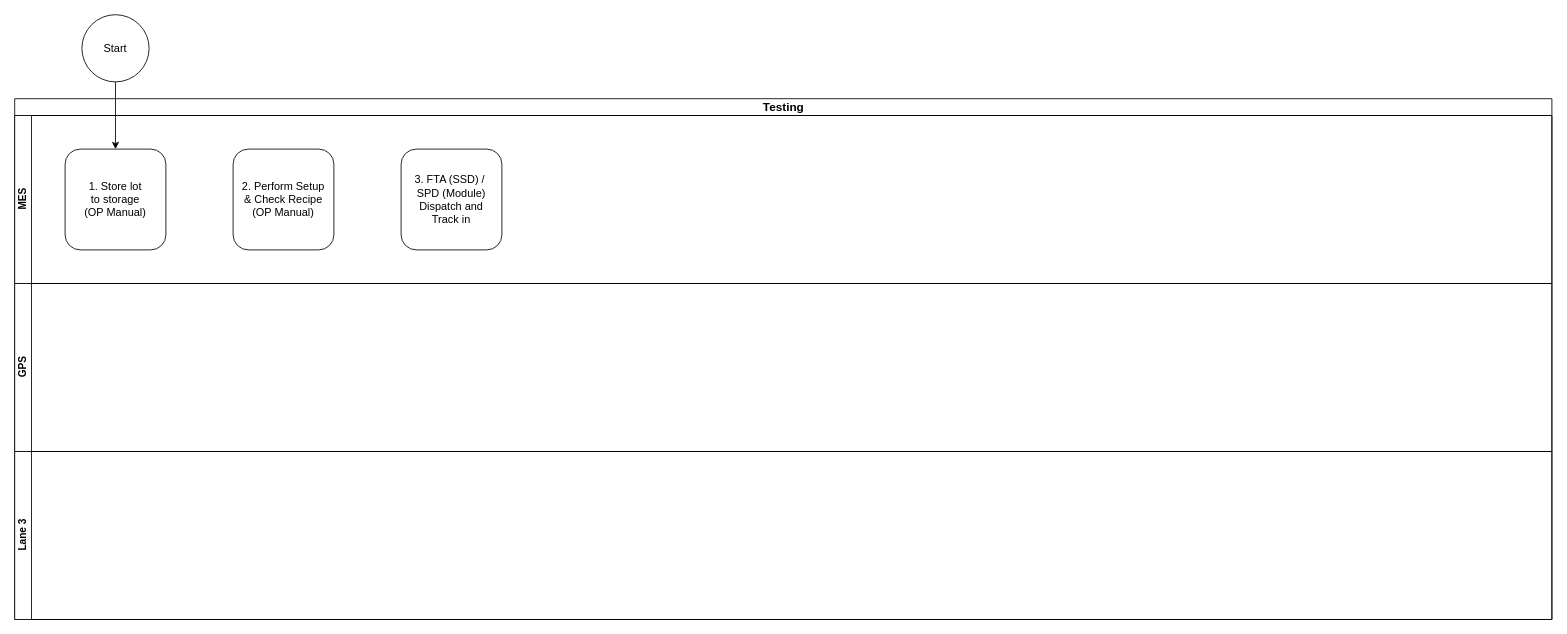
The draw.io diagram MES Flow/Testing.drawio in vinceliao99/MyDiagrams, before the edit. Source tidied: cells renumbered, new cells numbered last; positions are measured from the earlier drawing's top-left corner, leaving out a move shared by most shapes. Both pictures are drawn from the tidied source at 84%, with x=0, y=0 at pixel (14, 14).
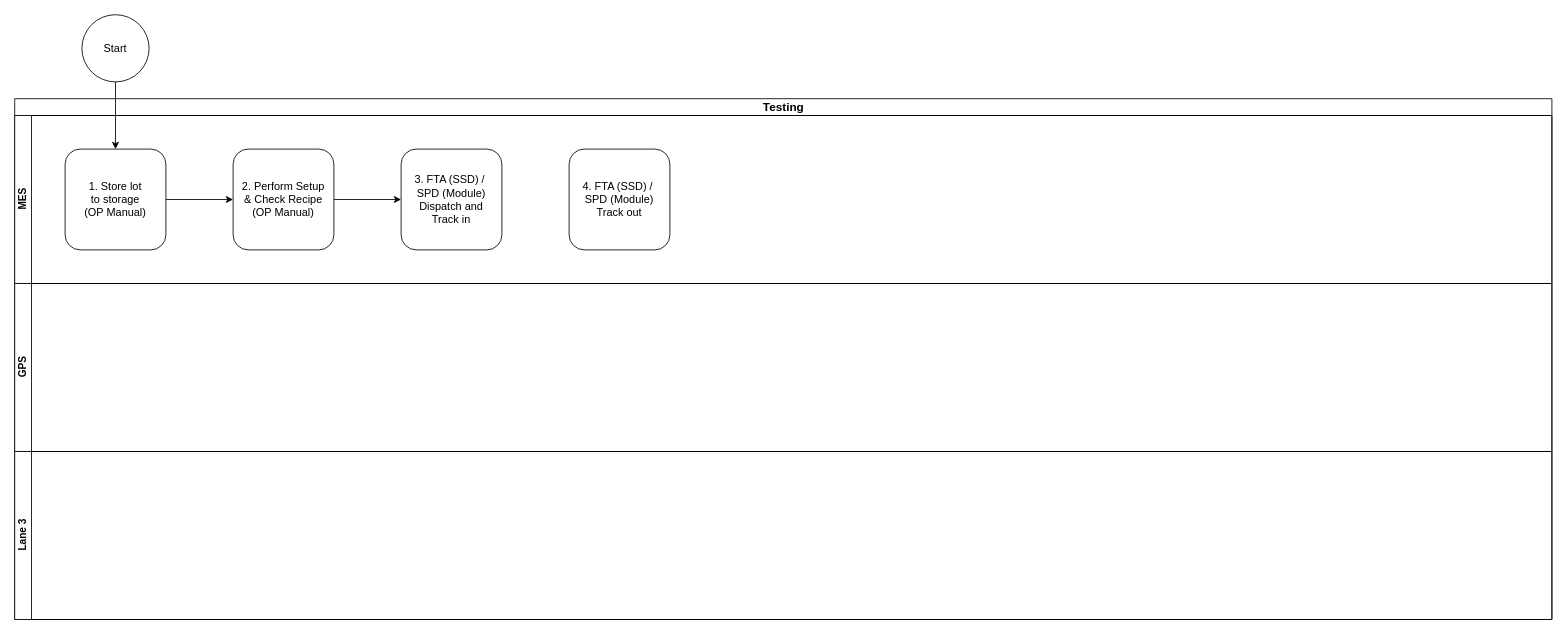
Above is the later version.

The edit, as a diff of the source:
```diff
@@
 <mxGraphModel>
   <root>
     <mxCell id="0" />
     <mxCell id="1" parent="0" />
     <mxCell id="2" value="&lt;font style=&quot;font-size: 14px;&quot;&gt;Testing&lt;/font&gt;" style="swimlane;horizontal=1;startSize=20;html=1;" parent="1" vertex="1">
       <mxGeometry y="100" width="1830" height="620" as="geometry" />
     </mxCell>
     <mxCell id="3" value="MES" style="swimlane;startSize=20;horizontal=0;html=1;" parent="2" vertex="1">
       <mxGeometry y="20" width="1830" height="200" as="geometry" />
     </mxCell>
+    <mxCell id="11" style="edgeStyle=orthogonalEdgeStyle;rounded=0;jettySize=auto;html=1;exitX=1;exitY=0.5;exitDx=0;exitDy=0;entryX=0;entryY=0.5;entryDx=0;entryDy=0;" parent="3" edge="1" source="4" target="5">
+      <mxGeometry relative="1" as="geometry" />
+    </mxCell>
     <mxCell id="4" value="&lt;font style=&quot;font-size: 13px;&quot;&gt;1. Store lot &lt;br&gt;to storage&lt;br&gt;(OP Manual)&lt;br&gt;&lt;/font&gt;" style="rounded=1;whiteSpace=wrap;html=1;" parent="3" vertex="1">
       <mxGeometry x="60" y="40" width="120" height="120" as="geometry" />
     </mxCell>
+    <mxCell id="12" style="edgeStyle=orthogonalEdgeStyle;rounded=0;jettySize=auto;html=1;exitX=1;exitY=0.5;exitDx=0;exitDy=0;entryX=0;entryY=0.5;entryDx=0;entryDy=0;" parent="3" edge="1" source="5" target="6">
+      <mxGeometry relative="1" as="geometry" />
+    </mxCell>
     <mxCell id="5" value="&lt;font style=&quot;font-size: 13px;&quot;&gt;2. Perform Setup&lt;br&gt;&amp;amp; Check Recipe&lt;br&gt;(OP Manual)&lt;br&gt;&lt;/font&gt;" style="rounded=1;whiteSpace=wrap;html=1;" parent="3" vertex="1">
       <mxGeometry x="260" y="40" width="120" height="120" as="geometry" />
     </mxCell>
     <mxCell id="6" value="&lt;font style=&quot;font-size: 13px;&quot;&gt;3. FTA (SSD) /&amp;nbsp;&lt;br&gt;SPD (Module)&lt;br&gt;Dispatch and &lt;br&gt;Track in&lt;br&gt;&lt;/font&gt;" style="rounded=1;whiteSpace=wrap;html=1;" parent="3" vertex="1">
       <mxGeometry x="460" y="40" width="120" height="120" as="geometry" />
     </mxCell>
+    <mxCell id="13" value="&lt;font style=&quot;font-size: 13px;&quot;&gt;4. FTA (SSD) /&amp;nbsp;&lt;br&gt;SPD (Module)&lt;br&gt;Track out&lt;br&gt;&lt;/font&gt;" style="rounded=1;whiteSpace=wrap;html=1;" parent="3" vertex="1">
+      <mxGeometry x="660" y="40" width="120" height="120" as="geometry" />
+    </mxCell>
     <mxCell id="7" value="GPS" style="swimlane;startSize=20;horizontal=0;html=1;" parent="2" vertex="1">
       <mxGeometry y="220" width="1830" height="200" as="geometry" />
     </mxCell>
     <mxCell id="8" value="Lane 3" style="swimlane;startSize=20;horizontal=0;html=1;" parent="2" vertex="1">
       <mxGeometry y="420" width="1830" height="200" as="geometry" />
     </mxCell>
     <mxCell id="9" style="edgeStyle=orthogonalEdgeStyle;rounded=0;jettySize=auto;html=1;exitX=0.5;exitY=1;exitDx=0;exitDy=0;entryX=0.5;entryY=0;entryDx=0;entryDy=0;" parent="1" edge="1" source="10" target="4">
       <mxGeometry relative="1" as="geometry" />
     </mxCell>
     <mxCell id="10" value="&lt;font style=&quot;font-size: 13px;&quot;&gt;Start&lt;/font&gt;" style="ellipse;whiteSpace=wrap;html=1;" parent="1" vertex="1">
       <mxGeometry x="80" width="80" height="80" as="geometry" />
     </mxCell>
   </root>
 </mxGraphModel>
```
